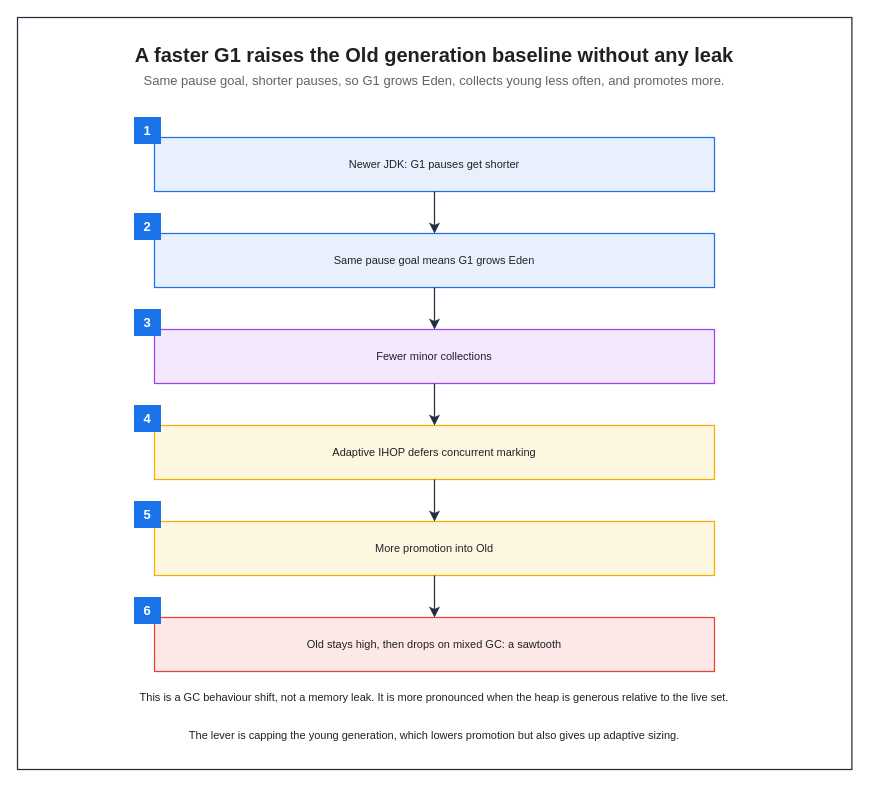
Above: assets/img/jvm/jvm-10-jdk-version-gc-shift.drawio in KKamJi98/kkamji98.github.io (draw.io), before the change. Source tidied: cells renumbered, new cells numbered last; positions are measured from the earlier drawing's top-left corner, leaving out a move shared by most shapes. Both pictures are drawn from the tidied source at 100%, with x=0, y=0 at pixel (17, 17).
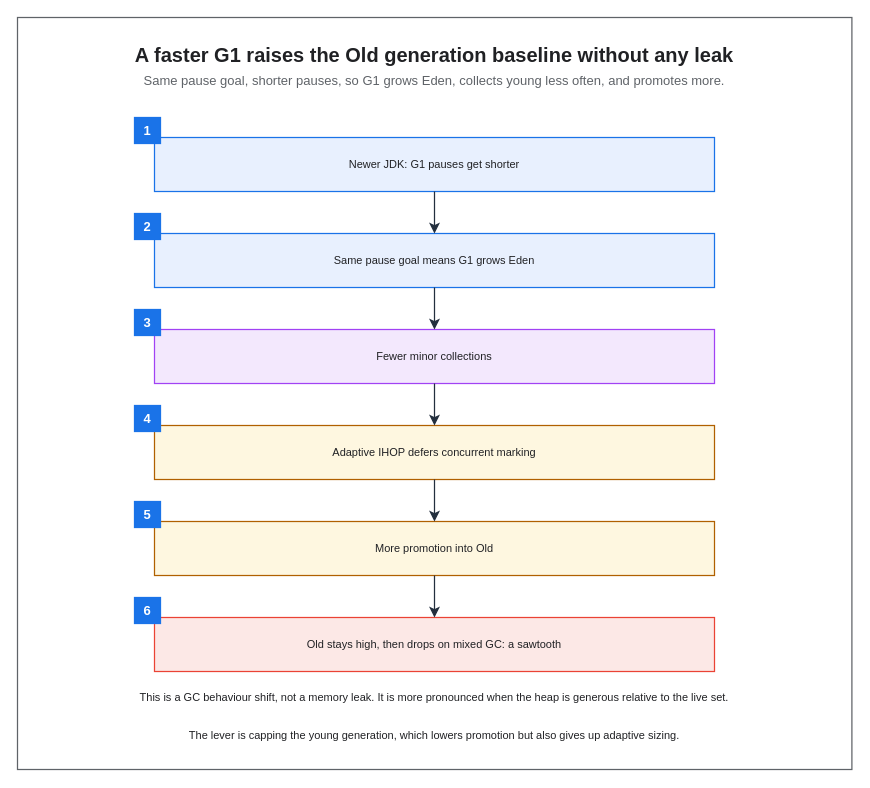
Above is the later version.

The edit, as a diff of the source:
```diff
@@
-    <mxCell id="2" style="rounded=0;html=0;fillColor=none;strokeColor=#232F3E;fontColor=#202124;strokeWidth=1.25;" parent="1" vertex="1">
+    <mxCell id="2" style="rounded=0;html=0;fillColor=none;strokeColor=#5F6368;fontColor=#202124;strokeWidth=1.25;" parent="1" vertex="1">
       <mxGeometry width="834.4" height="752" as="geometry" />
     </mxCell>
@@
-    <mxCell id="8" value="Adaptive IHOP defers concurrent marking" style="rounded=0;whiteSpace=wrap;html=0;fillColor=#FEF7E0;strokeColor=#F9AB00;fontColor=#202124;fontSize=11;fontStyle=0;align=center;verticalAlign=middle;spacingLeft=6;spacingRight=6;strokeWidth=1.25;" parent="1" vertex="1">
+    <mxCell id="8" value="Adaptive IHOP defers concurrent marking" style="rounded=0;whiteSpace=wrap;html=0;fillColor=#FEF7E0;strokeColor=#B06000;fontColor=#202124;fontSize=11;fontStyle=0;align=center;verticalAlign=middle;spacingLeft=6;spacingRight=6;strokeWidth=1.25;" parent="1" vertex="1">
       <mxGeometry x="137" y="408" width="560" height="54" as="geometry" />
     </mxCell>
-    <mxCell id="9" value="More promotion into Old" style="rounded=0;whiteSpace=wrap;html=0;fillColor=#FEF7E0;strokeColor=#F9AB00;fontColor=#202124;fontSize=11;fontStyle=0;align=center;verticalAlign=middle;spacingLeft=6;spacingRight=6;strokeWidth=1.25;" parent="1" vertex="1">
+    <mxCell id="9" value="More promotion into Old" style="rounded=0;whiteSpace=wrap;html=0;fillColor=#FEF7E0;strokeColor=#B06000;fontColor=#202124;fontSize=11;fontStyle=0;align=center;verticalAlign=middle;spacingLeft=6;spacingRight=6;strokeWidth=1.25;" parent="1" vertex="1">
       <mxGeometry x="137" y="504" width="560" height="54" as="geometry" />
     </mxCell>
@@
-    <mxCell id="13" value="1" style="rounded=0;whiteSpace=wrap;html=0;fillColor=#1A73E8;strokeColor=#1A73E8;fontColor=#FFFFFF;fontSize=13;fontStyle=1;align=center;verticalAlign=middle;" parent="1" vertex="1">
+    <mxCell id="13" value="1" style="rounded=0;whiteSpace=wrap;html=0;fillColor=#1A73E8;strokeColor=#1A73E8;fontColor=#FFFFFF;fontSize=13;fontStyle=1;align=center;verticalAlign=middle;strokeWidth=1.25;" parent="1" vertex="1">
       <mxGeometry x="117" y="100" width="26" height="26" as="geometry" />
     </mxCell>
-    <mxCell id="14" value="2" style="rounded=0;whiteSpace=wrap;html=0;fillColor=#1A73E8;strokeColor=#1A73E8;fontColor=#FFFFFF;fontSize=13;fontStyle=1;align=center;verticalAlign=middle;" parent="1" vertex="1">
+    <mxCell id="14" value="2" style="rounded=0;whiteSpace=wrap;html=0;fillColor=#1A73E8;strokeColor=#1A73E8;fontColor=#FFFFFF;fontSize=13;fontStyle=1;align=center;verticalAlign=middle;strokeWidth=1.25;" parent="1" vertex="1">
       <mxGeometry x="117" y="196" width="26" height="26" as="geometry" />
     </mxCell>
-    <mxCell id="15" value="3" style="rounded=0;whiteSpace=wrap;html=0;fillColor=#1A73E8;strokeColor=#1A73E8;fontColor=#FFFFFF;fontSize=13;fontStyle=1;align=center;verticalAlign=middle;" parent="1" vertex="1">
+    <mxCell id="15" value="3" style="rounded=0;whiteSpace=wrap;html=0;fillColor=#1A73E8;strokeColor=#1A73E8;fontColor=#FFFFFF;fontSize=13;fontStyle=1;align=center;verticalAlign=middle;strokeWidth=1.25;" parent="1" vertex="1">
       <mxGeometry x="117" y="292" width="26" height="26" as="geometry" />
     </mxCell>
-    <mxCell id="16" value="4" style="rounded=0;whiteSpace=wrap;html=0;fillColor=#1A73E8;strokeColor=#1A73E8;fontColor=#FFFFFF;fontSize=13;fontStyle=1;align=center;verticalAlign=middle;" parent="1" vertex="1">
+    <mxCell id="16" value="4" style="rounded=0;whiteSpace=wrap;html=0;fillColor=#1A73E8;strokeColor=#1A73E8;fontColor=#FFFFFF;fontSize=13;fontStyle=1;align=center;verticalAlign=middle;strokeWidth=1.25;" parent="1" vertex="1">
       <mxGeometry x="117" y="388" width="26" height="26" as="geometry" />
     </mxCell>
-    <mxCell id="17" value="5" style="rounded=0;whiteSpace=wrap;html=0;fillColor=#1A73E8;strokeColor=#1A73E8;fontColor=#FFFFFF;fontSize=13;fontStyle=1;align=center;verticalAlign=middle;" parent="1" vertex="1">
+    <mxCell id="17" value="5" style="rounded=0;whiteSpace=wrap;html=0;fillColor=#1A73E8;strokeColor=#1A73E8;fontColor=#FFFFFF;fontSize=13;fontStyle=1;align=center;verticalAlign=middle;strokeWidth=1.25;" parent="1" vertex="1">
       <mxGeometry x="117" y="484" width="26" height="26" as="geometry" />
     </mxCell>
-    <mxCell id="18" value="6" style="rounded=0;whiteSpace=wrap;html=0;fillColor=#1A73E8;strokeColor=#1A73E8;fontColor=#FFFFFF;fontSize=13;fontStyle=1;align=center;verticalAlign=middle;" parent="1" vertex="1">
+    <mxCell id="18" value="6" style="rounded=0;whiteSpace=wrap;html=0;fillColor=#1A73E8;strokeColor=#1A73E8;fontColor=#FFFFFF;fontSize=13;fontStyle=1;align=center;verticalAlign=middle;strokeWidth=1.25;" parent="1" vertex="1">
       <mxGeometry x="117" y="580" width="26" height="26" as="geometry" />
     </mxCell>
```
